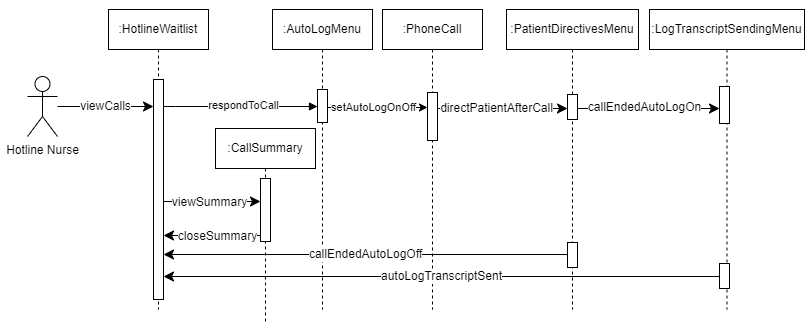
The draw.io diagram AmirWork/M2/Nurse_Hotline_SequenceDiagram.drawio.png in SENG-350-2024-fall/Team9, before a commit. Source tidied: cells renumbered, new cells last; positions are measured from the earlier drawing's top-left corner, leaving out a move shared by most shapes. The source it was exported from:
```xml
<mxGraphModel background="#ffffff">
  <root>
    <mxCell id="0" />
    <mxCell id="1" parent="0" />
    <mxCell id="2" style="rounded=0;whiteSpace=wrap;html=1;strokeColor=none;" parent="1" vertex="1">
      <mxGeometry x="731" width="79" height="60.5" as="geometry" />
    </mxCell>
    <mxCell id="3" style="rounded=0;whiteSpace=wrap;html=1;strokeColor=none;" parent="1" vertex="1">
      <mxGeometry y="3" width="127" height="147" as="geometry" />
    </mxCell>
    <mxCell id="4" value=":CallSummary" style="shape=umlLifeline;perimeter=lifelinePerimeter;whiteSpace=wrap;html=1;newEdgeStyle={&quot;edgeStyle&quot;:&quot;elbowEdgeStyle&quot;,&quot;elbow&quot;:&quot;vertical&quot;,&quot;curved&quot;:0,&quot;rounded&quot;:0};" parent="1" vertex="1">
      <mxGeometry x="215" y="128" width="100" height="195" as="geometry" />
    </mxCell>
    <mxCell id="5" style="html=1;points=[];perimeter=orthogonalPerimeter;outlineConnect=0;targetShapes=umlLifeline;portConstraint=eastwest;newEdgeStyle={&quot;edgeStyle&quot;:&quot;elbowEdgeStyle&quot;,&quot;elbow&quot;:&quot;vertical&quot;,&quot;curved&quot;:0,&quot;rounded&quot;:0};" parent="4" vertex="1">
      <mxGeometry x="45" y="50" width="10" height="63" as="geometry" />
    </mxCell>
    <mxCell id="6" value=":HotlineWaitlist" style="shape=umlLifeline;perimeter=lifelinePerimeter;whiteSpace=wrap;html=1;newEdgeStyle={&quot;edgeStyle&quot;:&quot;elbowEdgeStyle&quot;,&quot;elbow&quot;:&quot;vertical&quot;,&quot;curved&quot;:0,&quot;rounded&quot;:0};" parent="1" vertex="1">
      <mxGeometry x="108" y="9" width="100" height="300" as="geometry" />
    </mxCell>
    <mxCell id="7" style="html=1;points=[];perimeter=orthogonalPerimeter;outlineConnect=0;targetShapes=umlLifeline;portConstraint=eastwest;newEdgeStyle={&quot;edgeStyle&quot;:&quot;elbowEdgeStyle&quot;,&quot;elbow&quot;:&quot;vertical&quot;,&quot;curved&quot;:0,&quot;rounded&quot;:0};" parent="6" vertex="1">
      <mxGeometry x="45" y="70" width="10" height="220" as="geometry" />
    </mxCell>
    <mxCell id="8" value=":AutoLogMenu" style="shape=umlLifeline;perimeter=lifelinePerimeter;whiteSpace=wrap;html=1;newEdgeStyle={&quot;edgeStyle&quot;:&quot;elbowEdgeStyle&quot;,&quot;elbow&quot;:&quot;vertical&quot;,&quot;curved&quot;:0,&quot;rounded&quot;:0};" parent="1" vertex="1">
      <mxGeometry x="272" y="9" width="100" height="300" as="geometry" />
    </mxCell>
    <mxCell id="9" style="html=1;points=[];perimeter=orthogonalPerimeter;outlineConnect=0;targetShapes=umlLifeline;portConstraint=eastwest;newEdgeStyle={&quot;edgeStyle&quot;:&quot;elbowEdgeStyle&quot;,&quot;elbow&quot;:&quot;vertical&quot;,&quot;curved&quot;:0,&quot;rounded&quot;:0};" parent="8" vertex="1">
      <mxGeometry x="45" y="80" width="10" height="33" as="geometry" />
    </mxCell>
    <mxCell id="10" value="respondToCall" style="html=1;verticalAlign=bottom;endArrow=block;edgeStyle=elbowEdgeStyle;elbow=vertical;curved=0;rounded=0;" parent="1" edge="1" source="7" target="9">
      <mxGeometry x="0.04" y="-8" relative="1" as="geometry">
        <Array as="points">
          <mxPoint x="175" y="106" />
        </Array>
      </mxGeometry>
    </mxCell>
    <mxCell id="11" value="viewCalls" style="edgeStyle=none;curved=1;rounded=0;jettySize=auto;html=1;fontSize=12;startSize=8;endSize=8;" parent="1" edge="1" source="12" target="7">
      <mxGeometry relative="1" as="geometry" />
    </mxCell>
    <mxCell id="12" value="Hotline Nurse" style="shape=umlActor;verticalLabelPosition=bottom;verticalAlign=top;html=1;outlineConnect=0;" parent="1" vertex="1">
      <mxGeometry x="27" y="76" width="30" height="60" as="geometry" />
    </mxCell>
    <mxCell id="13" style="edgeStyle=elbowEdgeStyle;curved=0;rounded=0;jettySize=auto;html=1;elbow=horizontal;fontSize=12;startSize=8;endSize=8;" parent="1" edge="1" source="7" target="5">
      <mxGeometry relative="1" as="geometry">
        <Array as="points">
          <mxPoint x="217" y="201" />
        </Array>
      </mxGeometry>
    </mxCell>
    <mxCell id="14" value="viewSummary" style="edgeLabel;html=1;align=center;verticalAlign=middle;fontSize=12;" parent="13" vertex="1">
      <mxGeometry x="0.09" y="-1" relative="1" as="geometry">
        <mxPoint x="-8" y="-1" as="offset" />
      </mxGeometry>
    </mxCell>
    <mxCell id="15" style="edgeStyle=elbowEdgeStyle;curved=0;rounded=0;jettySize=auto;html=1;elbow=horizontal;fontSize=12;startSize=8;endSize=8;" parent="1" edge="1" source="5" target="7">
      <mxGeometry relative="1" as="geometry">
        <Array as="points">
          <mxPoint x="217" y="235" />
        </Array>
      </mxGeometry>
    </mxCell>
    <mxCell id="16" value="closeSummary" style="edgeLabel;html=1;align=center;verticalAlign=middle;fontSize=12;" parent="15" vertex="1">
      <mxGeometry x="-0.1" relative="1" as="geometry" />
    </mxCell>
    <mxCell id="17" value=":PhoneCall" style="shape=umlLifeline;perimeter=lifelinePerimeter;whiteSpace=wrap;html=1;newEdgeStyle={&quot;edgeStyle&quot;:&quot;elbowEdgeStyle&quot;,&quot;elbow&quot;:&quot;vertical&quot;,&quot;curved&quot;:0,&quot;rounded&quot;:0};" parent="1" vertex="1">
      <mxGeometry x="382" y="9" width="100" height="300" as="geometry" />
    </mxCell>
    <mxCell id="18" style="html=1;points=[];perimeter=orthogonalPerimeter;outlineConnect=0;targetShapes=umlLifeline;portConstraint=eastwest;newEdgeStyle={&quot;edgeStyle&quot;:&quot;elbowEdgeStyle&quot;,&quot;elbow&quot;:&quot;vertical&quot;,&quot;curved&quot;:0,&quot;rounded&quot;:0};" parent="17" vertex="1">
      <mxGeometry x="45" y="83" width="10" height="48" as="geometry" />
    </mxCell>
    <mxCell id="19" style="edgeStyle=elbowEdgeStyle;rounded=0;jettySize=auto;html=1;elbow=horizontal;curved=0;" parent="1" edge="1" source="9" target="18">
      <mxGeometry relative="1" as="geometry">
        <Array as="points">
          <mxPoint x="398" y="107" />
        </Array>
      </mxGeometry>
    </mxCell>
    <mxCell id="20" value="setAutoLogOnOff" style="edgeLabel;html=1;align=center;verticalAlign=middle;" parent="19" vertex="1">
      <mxGeometry x="-0.03" y="3" relative="1" as="geometry">
        <mxPoint x="-4" y="2" as="offset" />
      </mxGeometry>
    </mxCell>
    <mxCell id="21" value=":PatientDirectivesMenu" style="shape=umlLifeline;perimeter=lifelinePerimeter;whiteSpace=wrap;html=1;newEdgeStyle={&quot;edgeStyle&quot;:&quot;elbowEdgeStyle&quot;,&quot;elbow&quot;:&quot;vertical&quot;,&quot;curved&quot;:0,&quot;rounded&quot;:0};" parent="1" vertex="1">
      <mxGeometry x="506" y="9" width="132" height="300" as="geometry" />
    </mxCell>
    <mxCell id="22" style="html=1;points=[];perimeter=orthogonalPerimeter;outlineConnect=0;targetShapes=umlLifeline;portConstraint=eastwest;newEdgeStyle={&quot;edgeStyle&quot;:&quot;elbowEdgeStyle&quot;,&quot;elbow&quot;:&quot;vertical&quot;,&quot;curved&quot;:0,&quot;rounded&quot;:0};" parent="21" vertex="1">
      <mxGeometry x="61" y="85" width="10" height="25" as="geometry" />
    </mxCell>
    <mxCell id="23" style="html=1;points=[];perimeter=orthogonalPerimeter;outlineConnect=0;targetShapes=umlLifeline;portConstraint=eastwest;newEdgeStyle={&quot;edgeStyle&quot;:&quot;elbowEdgeStyle&quot;,&quot;elbow&quot;:&quot;vertical&quot;,&quot;curved&quot;:0,&quot;rounded&quot;:0};" parent="21" vertex="1">
      <mxGeometry x="61" y="233" width="10" height="25" as="geometry" />
    </mxCell>
    <mxCell id="24" style="edgeStyle=elbowEdgeStyle;curved=0;rounded=0;jettySize=auto;html=1;elbow=vertical;fontSize=12;startSize=8;endSize=8;" parent="1" edge="1" source="18" target="22">
      <mxGeometry relative="1" as="geometry">
        <Array as="points">
          <mxPoint x="522" y="108" />
        </Array>
      </mxGeometry>
    </mxCell>
    <mxCell id="25" value="directPatientAfterCall" style="edgeLabel;html=1;align=center;verticalAlign=middle;fontSize=12;" parent="24" vertex="1">
      <mxGeometry x="-0.35" relative="1" as="geometry">
        <mxPoint x="16" y="-1" as="offset" />
      </mxGeometry>
    </mxCell>
    <mxCell id="26" value=":LogTranscriptSendingMenu" style="shape=umlLifeline;perimeter=lifelinePerimeter;whiteSpace=wrap;html=1;newEdgeStyle={&quot;edgeStyle&quot;:&quot;elbowEdgeStyle&quot;,&quot;elbow&quot;:&quot;vertical&quot;,&quot;curved&quot;:0,&quot;rounded&quot;:0};" parent="1" vertex="1">
      <mxGeometry x="649" y="9" width="155" height="300" as="geometry" />
    </mxCell>
    <mxCell id="27" style="html=1;points=[];perimeter=orthogonalPerimeter;outlineConnect=0;targetShapes=umlLifeline;portConstraint=eastwest;newEdgeStyle={&quot;edgeStyle&quot;:&quot;elbowEdgeStyle&quot;,&quot;elbow&quot;:&quot;vertical&quot;,&quot;curved&quot;:0,&quot;rounded&quot;:0};" parent="26" vertex="1">
      <mxGeometry x="70" y="254" width="10" height="25" as="geometry" />
    </mxCell>
    <mxCell id="28" style="edgeStyle=elbowEdgeStyle;curved=0;rounded=0;jettySize=auto;html=1;elbow=vertical;fontSize=12;startSize=8;endSize=8;" parent="1" edge="1" source="22">
      <mxGeometry relative="1" as="geometry">
        <mxPoint x="719" y="108" as="targetPoint" />
        <Array as="points">
          <mxPoint x="652" y="108" />
        </Array>
      </mxGeometry>
    </mxCell>
    <mxCell id="29" value="callEndedAutoLogOn" style="edgeLabel;html=1;align=center;verticalAlign=middle;fontSize=12;" parent="28" vertex="1">
      <mxGeometry x="-0.37" y="2" relative="1" as="geometry">
        <mxPoint x="21" as="offset" />
      </mxGeometry>
    </mxCell>
    <mxCell id="30" style="html=1;perimeter=orthogonalPerimeter;targetShapes=umlLifeline;newEdgeStyle={&quot;edgeStyle&quot;:&quot;elbowEdgeStyle&quot;,&quot;elbow&quot;:&quot;vertical&quot;,&quot;curved&quot;:0,&quot;rounded&quot;:0};" parent="1" vertex="1">
      <mxGeometry x="719" y="86" width="10" height="37" as="geometry" />
    </mxCell>
    <mxCell id="31" value="callEndedAutoLogOff" style="edgeStyle=elbowEdgeStyle;curved=0;rounded=0;jettySize=auto;html=1;elbow=vertical;fontSize=12;startSize=8;endSize=8;startArrow=classic;startFill=1;endArrow=none;endFill=0;" parent="1" edge="1" source="7" target="23">
      <mxGeometry relative="1" as="geometry">
        <Array as="points">
          <mxPoint x="365" y="254" />
        </Array>
      </mxGeometry>
    </mxCell>
    <mxCell id="32" value="autoLogTranscriptSent" style="edgeStyle=elbowEdgeStyle;curved=0;rounded=0;jettySize=auto;html=1;elbow=vertical;fontSize=12;startSize=8;endSize=8;" parent="1" edge="1" source="27" target="7">
      <mxGeometry relative="1" as="geometry" />
    </mxCell>
  </root>
</mxGraphModel>
```
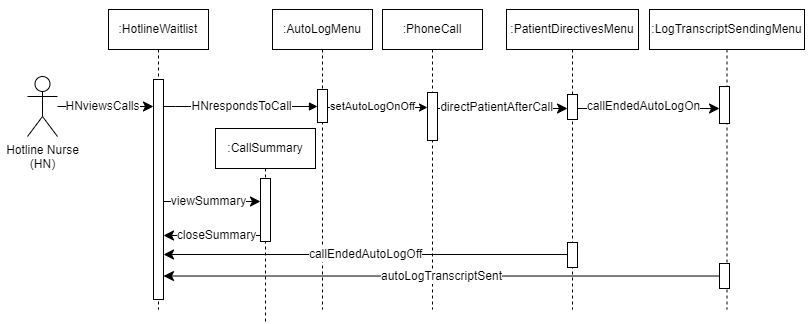
The same diagram one commit later.

The edit, as a diff of the source:
```diff
@@ -2,12 +2,12 @@
   <root>
     <mxCell id="0" />
     <mxCell id="1" parent="0" />
+    <mxCell id="3" style="rounded=0;whiteSpace=wrap;html=1;strokeColor=none;" parent="1" vertex="1">
+      <mxGeometry y="3" width="127" height="147" as="geometry" />
+    </mxCell>
     <mxCell id="2" style="rounded=0;whiteSpace=wrap;html=1;strokeColor=none;" parent="1" vertex="1">
       <mxGeometry x="731" width="79" height="60.5" as="geometry" />
     </mxCell>
-    <mxCell id="3" style="rounded=0;whiteSpace=wrap;html=1;strokeColor=none;" parent="1" vertex="1">
-      <mxGeometry y="3" width="127" height="147" as="geometry" />
-    </mxCell>
     <mxCell id="4" value=":CallSummary" style="shape=umlLifeline;perimeter=lifelinePerimeter;whiteSpace=wrap;html=1;newEdgeStyle={&quot;edgeStyle&quot;:&quot;elbowEdgeStyle&quot;,&quot;elbow&quot;:&quot;vertical&quot;,&quot;curved&quot;:0,&quot;rounded&quot;:0};" parent="1" vertex="1">
       <mxGeometry x="215" y="128" width="100" height="195" as="geometry" />
     </mxCell>
@@ -26,17 +26,27 @@
     <mxCell id="9" style="html=1;points=[];perimeter=orthogonalPerimeter;outlineConnect=0;targetShapes=umlLifeline;portConstraint=eastwest;newEdgeStyle={&quot;edgeStyle&quot;:&quot;elbowEdgeStyle&quot;,&quot;elbow&quot;:&quot;vertical&quot;,&quot;curved&quot;:0,&quot;rounded&quot;:0};" parent="8" vertex="1">
       <mxGeometry x="45" y="80" width="10" height="33" as="geometry" />
     </mxCell>
-    <mxCell id="10" value="respondToCall" style="html=1;verticalAlign=bottom;endArrow=block;edgeStyle=elbowEdgeStyle;elbow=vertical;curved=0;rounded=0;" parent="1" edge="1" source="7" target="9">
-      <mxGeometry x="0.04" y="-8" relative="1" as="geometry">
+    <mxCell id="10" style="html=1;verticalAlign=bottom;endArrow=block;edgeStyle=elbowEdgeStyle;elbow=vertical;curved=0;rounded=0;" parent="1" edge="1" source="7" target="9">
+      <mxGeometry x="0.14" y="5" relative="1" as="geometry">
         <Array as="points">
           <mxPoint x="175" y="106" />
         </Array>
       </mxGeometry>
     </mxCell>
+    <mxCell id="33" value="HNrespondsToCall" style="edgeLabel;html=1;align=center;verticalAlign=middle;fontSize=12;" parent="10" vertex="1">
+      <mxGeometry x="0.28" y="-1" relative="1" as="geometry">
+        <mxPoint x="-20" y="-1" as="offset" />
+      </mxGeometry>
+    </mxCell>
-    <mxCell id="11" value="viewCalls" style="edgeStyle=none;curved=1;rounded=0;jettySize=auto;html=1;fontSize=12;startSize=8;endSize=8;" parent="1" edge="1" source="12" target="7">
+    <mxCell id="11" style="edgeStyle=none;curved=1;rounded=0;jettySize=auto;html=1;fontSize=12;startSize=8;endSize=8;" parent="1" edge="1" source="12" target="7">
       <mxGeometry relative="1" as="geometry" />
     </mxCell>
+    <mxCell id="34" value="HNviewsCalls" style="edgeLabel;html=1;align=center;verticalAlign=middle;fontSize=12;" parent="11" vertex="1">
+      <mxGeometry x="0.22" y="1" relative="1" as="geometry">
+        <mxPoint x="-14" y="1" as="offset" />
+      </mxGeometry>
+    </mxCell>
-    <mxCell id="12" value="Hotline Nurse" style="shape=umlActor;verticalLabelPosition=bottom;verticalAlign=top;html=1;outlineConnect=0;" parent="1" vertex="1">
+    <mxCell id="12" value="Hotline Nurse&lt;div&gt;(HN)&lt;/div&gt;" style="shape=umlActor;verticalLabelPosition=bottom;verticalAlign=top;html=1;outlineConnect=0;" parent="1" vertex="1">
       <mxGeometry x="27" y="76" width="30" height="60" as="geometry" />
     </mxCell>
     <mxCell id="13" style="edgeStyle=elbowEdgeStyle;curved=0;rounded=0;jettySize=auto;html=1;elbow=horizontal;fontSize=12;startSize=8;endSize=8;" parent="1" edge="1" source="7" target="5">
```
